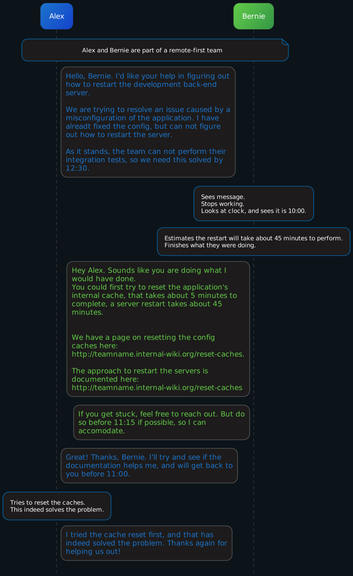
Before: static/images/practices/async_message_improved.png, a diagram exported from PlantUML (sddevelopment-be/penguin-pragmatic-patterns).
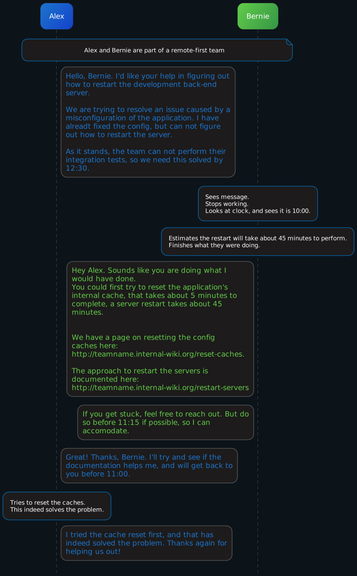
Later version of the same file.

The edit, as a diff of the source:
```diff
@@ -46,7 +46,7 @@
 rnote over B:  Sees message. \nStops working.\nLooks at clock, and sees it is 10:00.
 rnote over B:  Estimates the restart will take about 45 minutes to perform.\nFinishes what they were doing.
 
-B -> A <<reply>> : Hey Alex. Sounds like you are doing what I would have done.\nYou could first try to reset the application's internal cache, that takes about 5 minutes to complete, a server restart takes about 45 minutes.\n\n \nWe have a page on resetting the config caches here: http://teamname.internal-wiki.org/reset-caches.\n\nThe approach to restart the servers is documented here: http://teamname.internal-wiki.org/reset-caches
+B -> A <<reply>> : Hey Alex. Sounds like you are doing what I would have done.\nYou could first try to reset the application's internal cache, that takes about 5 minutes to complete, a server restart takes about 45 minutes.\n\n \nWe have a page on resetting the config caches here: http://teamname.internal-wiki.org/reset-caches.\n\nThe approach to restart the servers is documented here: http://teamname.internal-wiki.org/restart-servers
 B -> A <<reply>> : If you get stuck, feel free to reach out. But do so before 11:15 if possible, so I can accomodate.
 
 A -> B : Great! Thanks, Bernie. I'll try and see if the documentation helps me, and will get back to you before 11:00.
```
